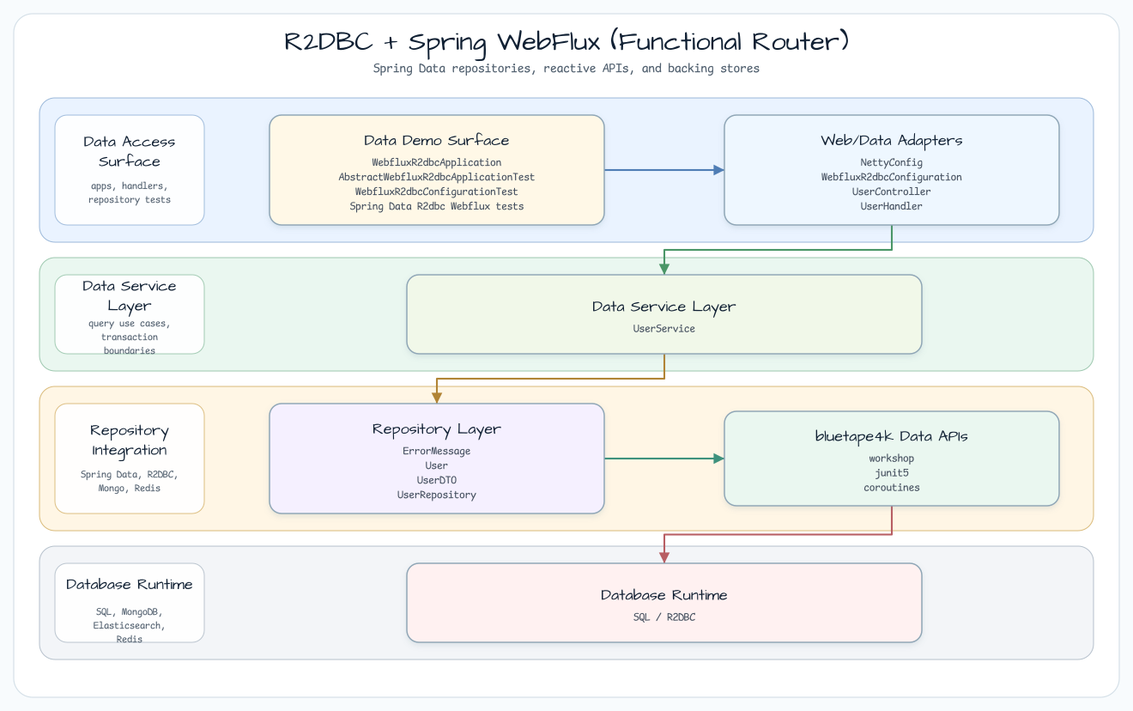
The Graphviz diagram docs/images/readme-diagrams/spring-data-r2dbc-webflux-readme-architecture-01.png in bluetape4k/bluetape4k-workshop, before a commit. Its source is kept beside it as docs/images/readme-diagrams/spring-data-r2dbc-webflux-readme-architecture-01.dot.
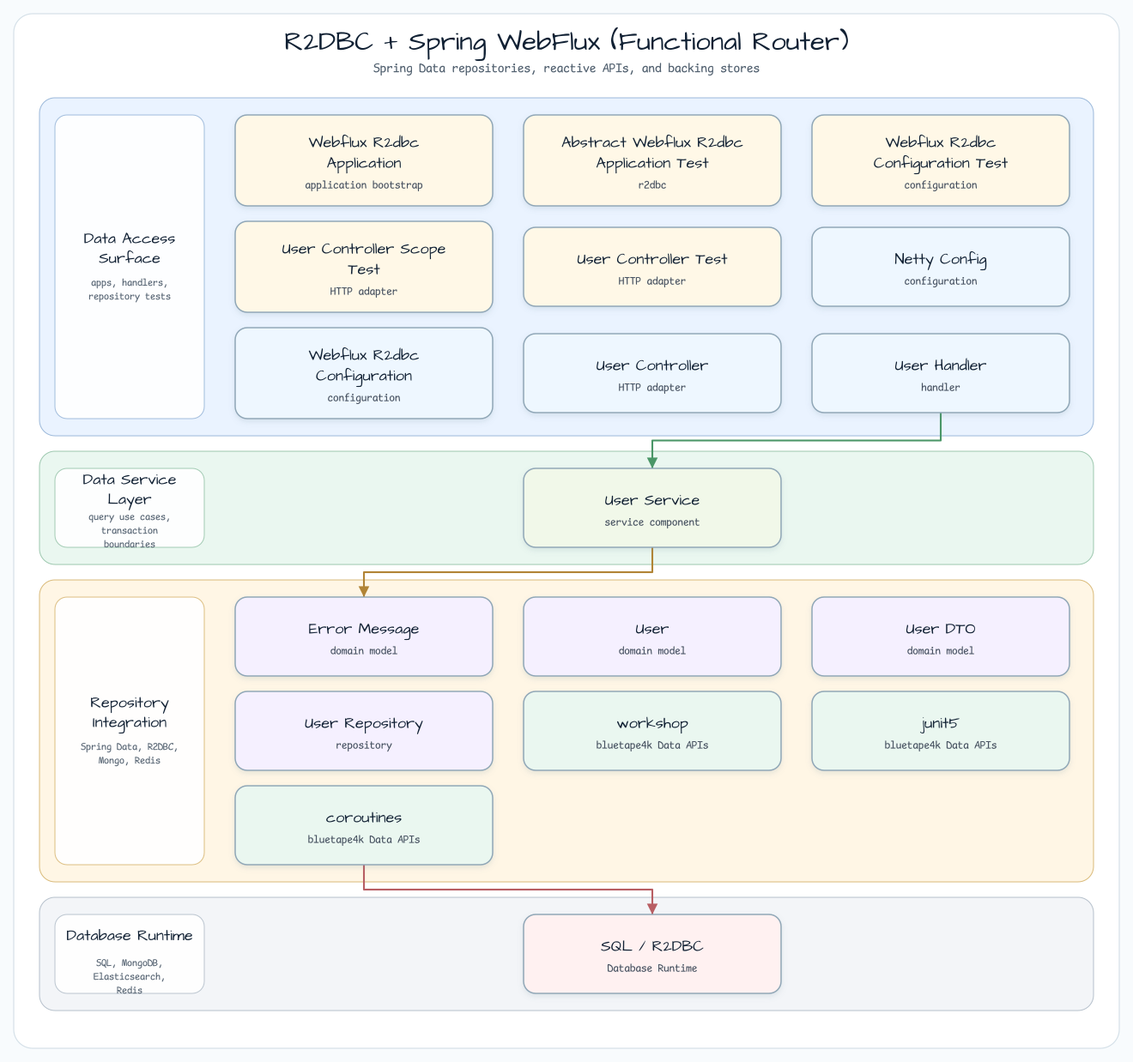
Later version of the same file.

Diff of the diagram source:
```diff
@@ -26,16 +26,26 @@
     fontsize=11
   ];
 
-  entry [label="Data Demo Surface\nWebfluxR2dbcApplication\nAbstractWebfluxR2dbcApplicationTest\nWebfluxR2dbcConfigurationTest\nSpring Data R2dbc Webflux tests", fillcolor="#FFF8E7"];
-  api [label="Web/Data Adapters\nNettyConfig\nWebfluxR2dbcConfiguration\nUserController\nUserHandler", fillcolor="#EEF7FF"];
-  service [label="Data Service Layer\nUserService", fillcolor="#F1F8E9"];
-  infra [label="Repository Layer\nErrorMessage\nUser\nUserDTO\nUserRepository", fillcolor="#F5F0FF"];
-  bt [label="bluetape4k Data APIs\nworkshop\njunit5\ncoroutines", fillcolor="#EAF7F0"];
-  runtime [label="Database Runtime\nSQL / R2DBC", fillcolor="#FFF1F1"];
+  entry0 [label="Webflux R2dbc Application\napplication bootstrap", fillcolor="#FFF8E7"];
+  entry1 [label="Abstract Webflux R2dbc Application Test\nr2dbc", fillcolor="#FFF8E7"];
+  entry2 [label="Webflux R2dbc Configuration Test\nconfiguration", fillcolor="#FFF8E7"];
+  entry3 [label="User Controller Scope Test\nHTTP adapter", fillcolor="#FFF8E7"];
+  entry4 [label="User Controller Test\nHTTP adapter", fillcolor="#FFF8E7"];
+  api0 [label="Netty Config\nconfiguration", fillcolor="#EEF7FF"];
+  api1 [label="Webflux R2dbc Configuration\nconfiguration", fillcolor="#EEF7FF"];
+  api2 [label="User Controller\nHTTP adapter", fillcolor="#EEF7FF"];
+  api3 [label="User Handler\nhandler", fillcolor="#EEF7FF"];
+  service0 [label="User Service\nservice component", fillcolor="#F1F8E9"];
+  infra0 [label="Error Message\ndomain model", fillcolor="#F5F0FF"];
+  infra1 [label="User\ndomain model", fillcolor="#F5F0FF"];
+  infra2 [label="User DTO\ndomain model", fillcolor="#F5F0FF"];
+  infra3 [label="User Repository\nrepository", fillcolor="#F5F0FF"];
+  bt0 [label="workshop\nbluetape4k Data APIs", fillcolor="#EAF7F0"];
+  bt1 [label="junit5\nbluetape4k Data APIs", fillcolor="#EAF7F0"];
+  bt2 [label="coroutines\nbluetape4k Data APIs", fillcolor="#EAF7F0"];
+  runtime0 [label="SQL / R2DBC\nDatabase Runtime", fillcolor="#FFF1F1"];
 
-  entry -> api [label="invokes"];
-  api -> service [label="delegates"];
-  service -> infra [label="persists / publishes"];
-  infra -> bt [label="extends"];
-  bt -> runtime [label="adapts"];
+  api3 -> service0 [label="delegates"];
+  service0 -> infra0 [label="persists / publishes"];
+  bt2 -> runtime0 [label="adapts"];
 }
```
